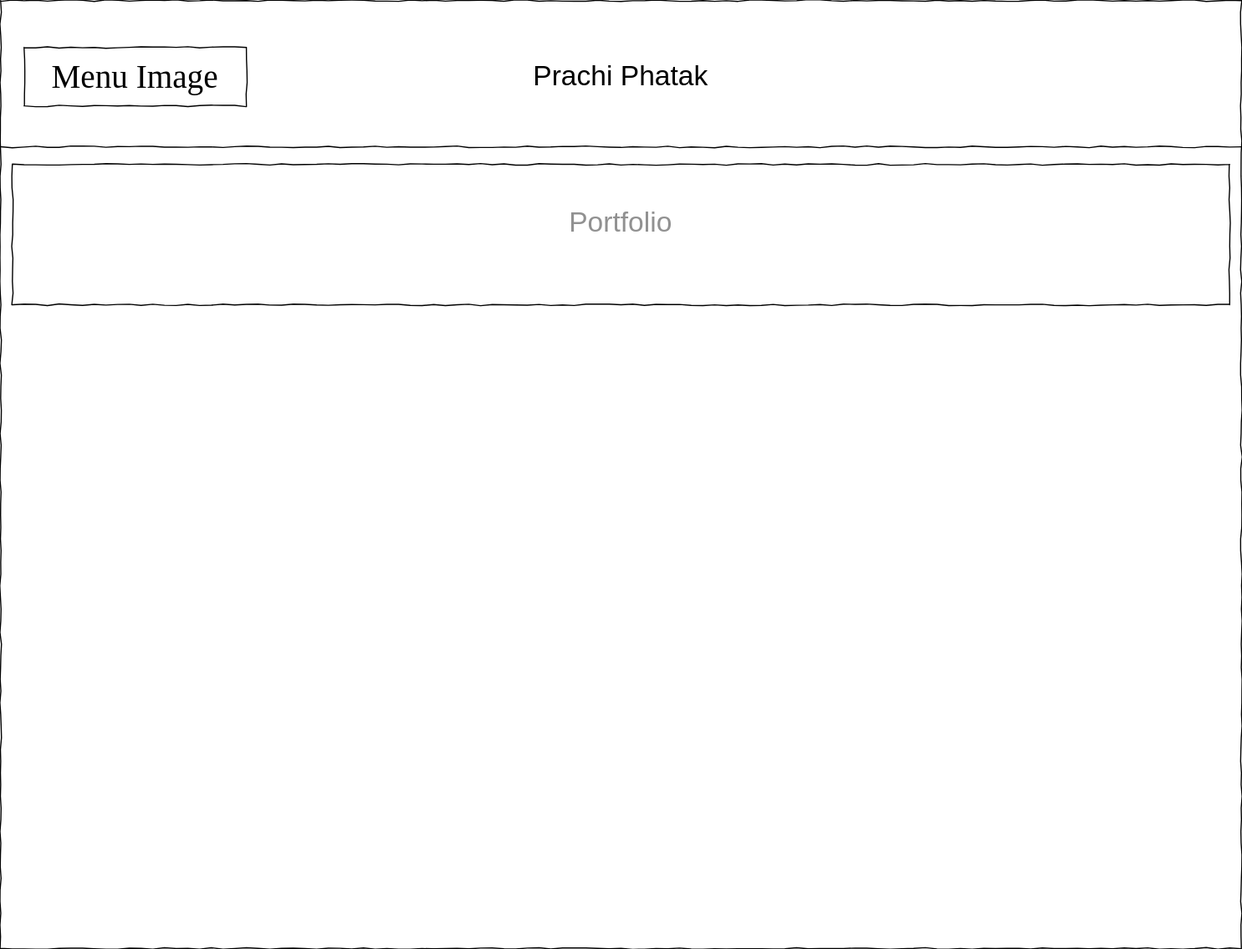
This is Mobile-design.svg from PrachiPhatak/portfolio, a draw.io export, as it was before one commit. Source tidied: cells renumbered, new cells last; positions are measured from the earlier drawing's top-left corner, leaving out a move shared by most shapes.
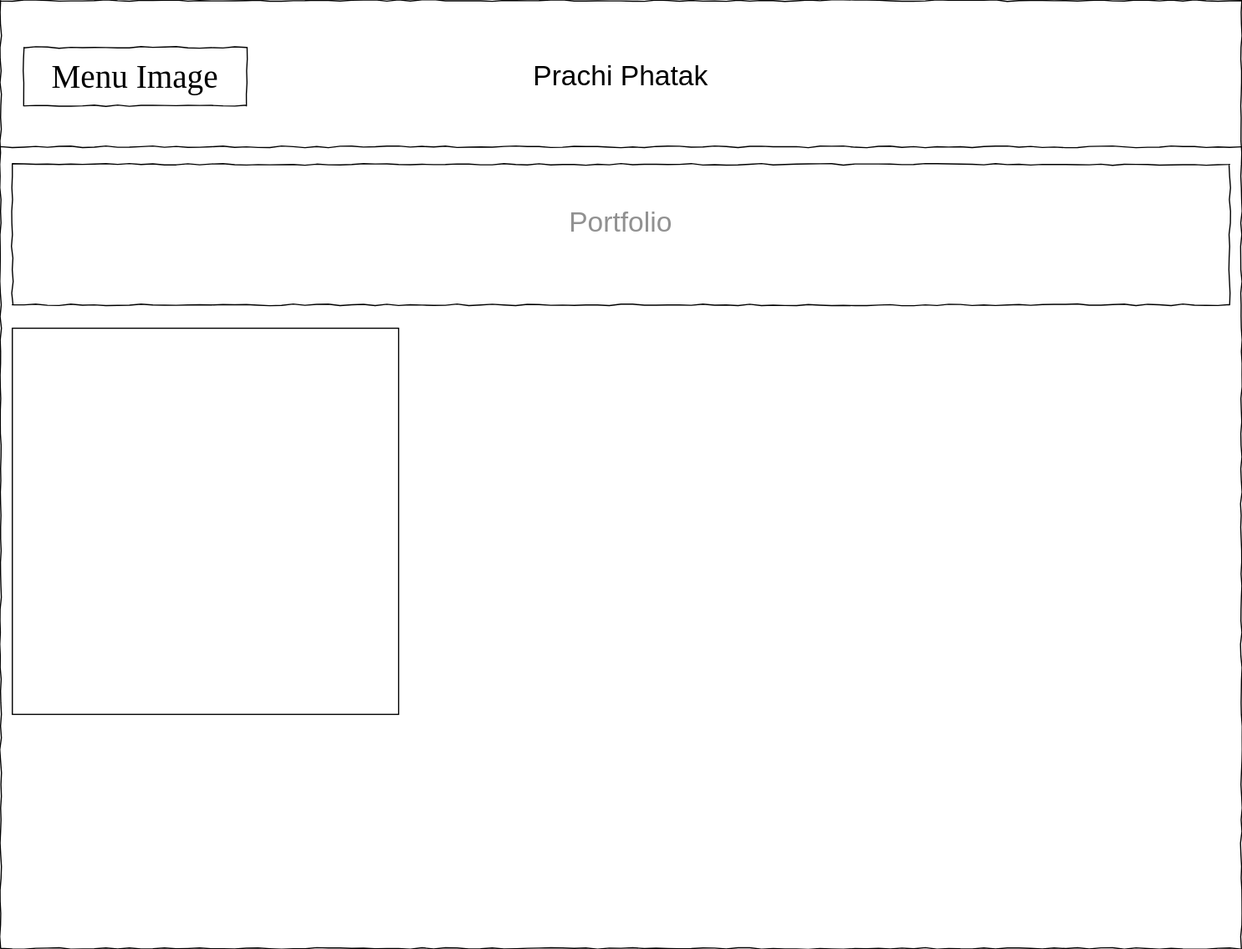
Later version of the same file.

The edit, as a diff of the source:
```diff
@@ -20,5 +20,8 @@
     <mxCell id="7" value="&lt;font style=&quot;font-size: 24px&quot; color=&quot;#919191&quot;&gt;Portfolio&lt;/font&gt;" style="text;html=1;strokeColor=none;fillColor=none;align=center;verticalAlign=middle;whiteSpace=wrap;rounded=0;" parent="1" vertex="1">
       <mxGeometry x="480" y="180" width="100" height="20" as="geometry" />
     </mxCell>
+    <mxCell id="8" style="whiteSpace=wrap;html=1;" parent="1" vertex="1">
+      <mxGeometry x="10" y="280" width="330" height="330" as="geometry" />
+    </mxCell>
   </root>
 </mxGraphModel>
```
